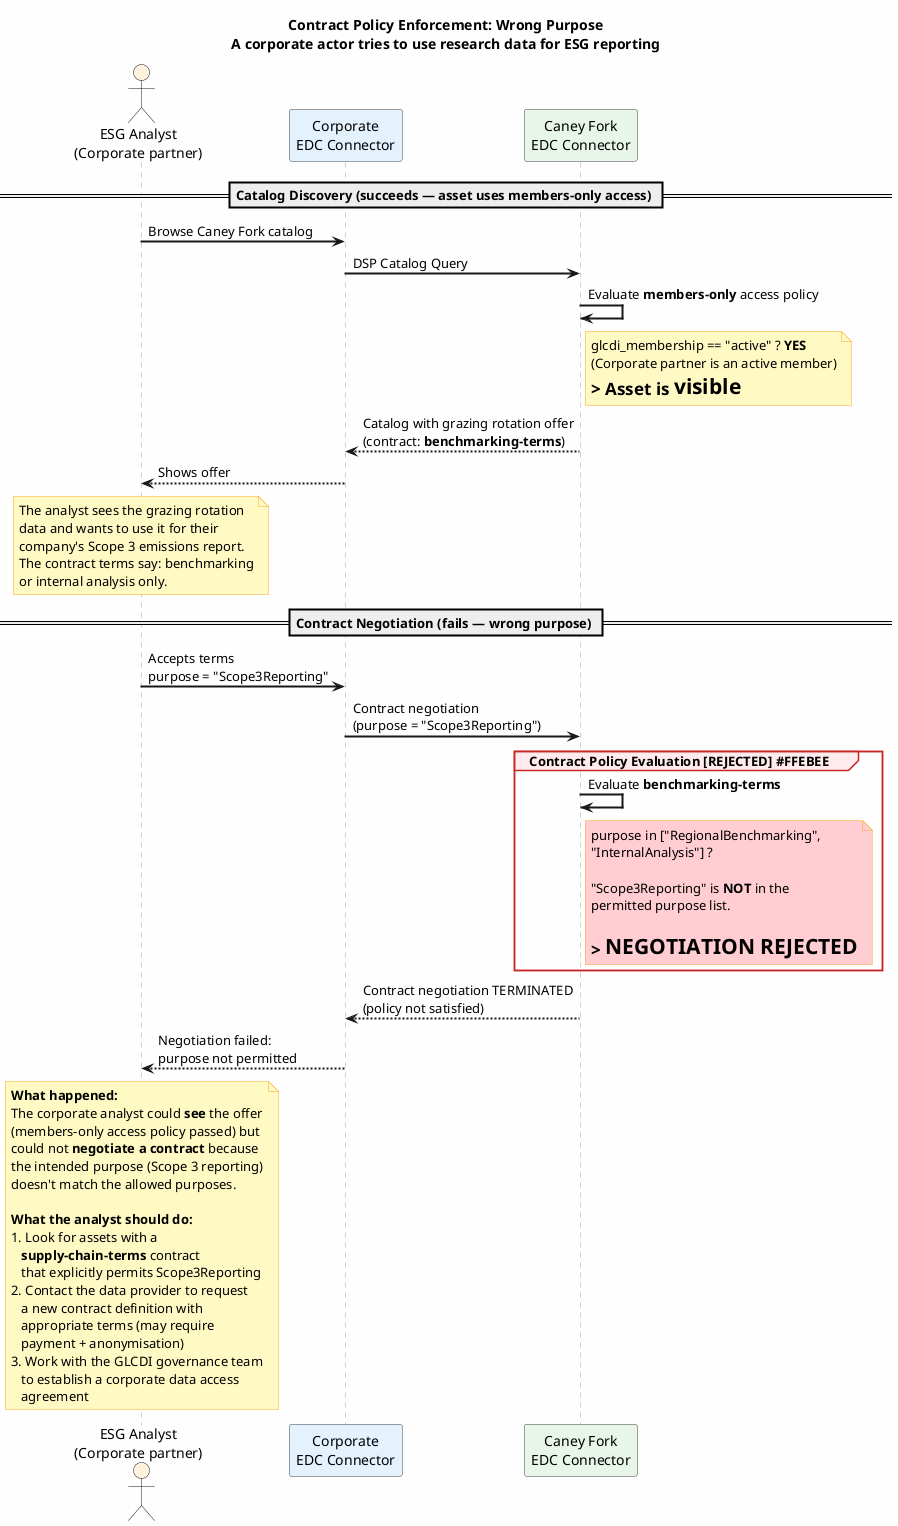
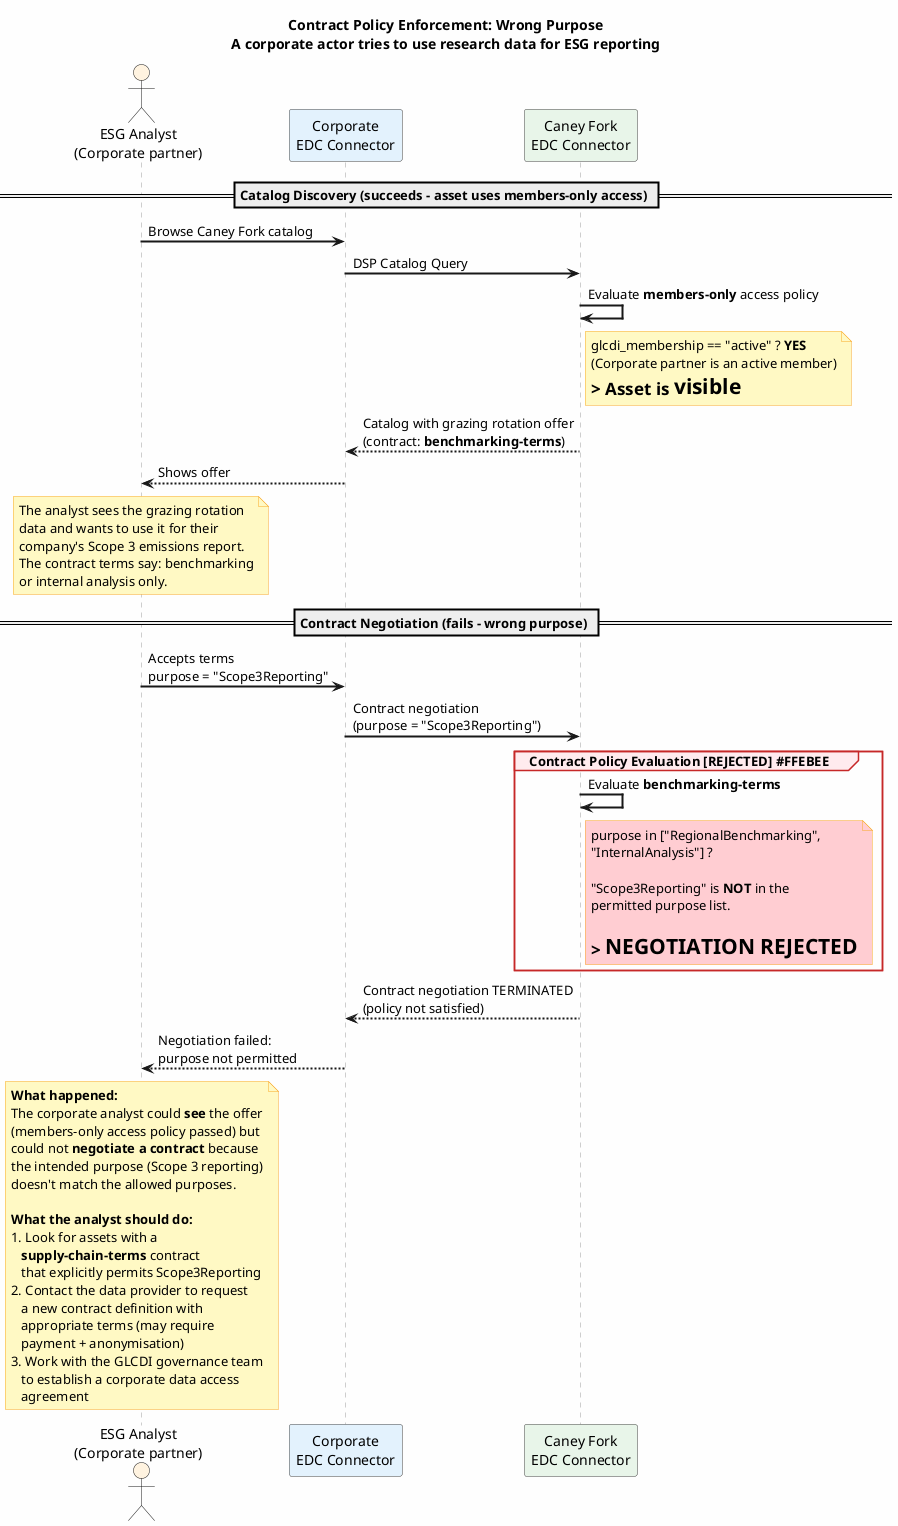
- @startuml Contract Rejected — Wrong Purpose
+ @startuml Contract Rejected - Wrong Purpose
title **Contract Policy Enforcement: Wrong Purpose**\nA corporate actor tries to use research data for ESG reporting

skinparam backgroundColor #FEFEFE
skinparam sequenceArrowThickness 2
skinparam sequenceParticipantBorderColor #424242
skinparam sequenceLifeLineBorderColor #9E9E9E
skinparam noteBackgroundColor #FFF9C4
skinparam noteBorderColor #F9A825
skinparam sequenceGroupBackgroundColor #FFEBEE
skinparam sequenceGroupBorderColor #C62828

actor "ESG Analyst\n(Corporate partner)" as Analyst #FFF3E0
participant "Corporate\nEDC Connector" as CORP_EDC #E3F2FD
participant "Caney Fork\nEDC Connector" as CF_EDC #E8F5E9

- == Catalog Discovery (succeeds — asset uses members-only access) ==
+ == Catalog Discovery (succeeds - asset uses members-only access) ==

Analyst -> CORP_EDC : Browse Caney Fork catalog
CORP_EDC -> CF_EDC : DSP Catalog Query

CF_EDC -> CF_EDC : Evaluate **members-only** access policy
note right of CF_EDC
  glcdi_membership == "active" ? **YES**
  (Corporate partner is an active member)
  => Asset is **visible**
end note

CF_EDC --> CORP_EDC : Catalog with grazing rotation offer\n(contract: **benchmarking-terms**)
CORP_EDC --> Analyst : Shows offer

note over Analyst
  The analyst sees the grazing rotation
  data and wants to use it for their
  company's Scope 3 emissions report.
  The contract terms say: benchmarking
  or internal analysis only.
end note

- == Contract Negotiation (fails — wrong purpose) ==
+ == Contract Negotiation (fails - wrong purpose) ==

Analyst -> CORP_EDC : Accepts terms\npurpose = "Scope3Reporting"
CORP_EDC -> CF_EDC : Contract negotiation\n(purpose = "Scope3Reporting")

group Contract Policy Evaluation [REJECTED] #FFEBEE
  CF_EDC -> CF_EDC : Evaluate **benchmarking-terms**
  note right of CF_EDC #FFCDD2
    purpose in ["RegionalBenchmarking",
    "InternalAnalysis"] ?

    "Scope3Reporting" is **NOT** in the
    permitted purpose list.

    => **NEGOTIATION REJECTED**
  end note
end

CF_EDC --> CORP_EDC : Contract negotiation TERMINATED\n(policy not satisfied)
CORP_EDC --> Analyst : Negotiation failed:\npurpose not permitted

note over Analyst
  **What happened:**
  The corporate analyst could **see** the offer
  (members-only access policy passed) but
  could not **negotiate a contract** because
  the intended purpose (Scope 3 reporting)
  doesn't match the allowed purposes.

  **What the analyst should do:**
  1. Look for assets with a
     **supply-chain-terms** contract
     that explicitly permits Scope3Reporting
  2. Contact the data provider to request
     a new contract definition with
     appropriate terms (may require
     payment + anonymisation)
  3. Work with the GLCDI governance team
     to establish a corporate data access
     agreement
end note

@enduml
